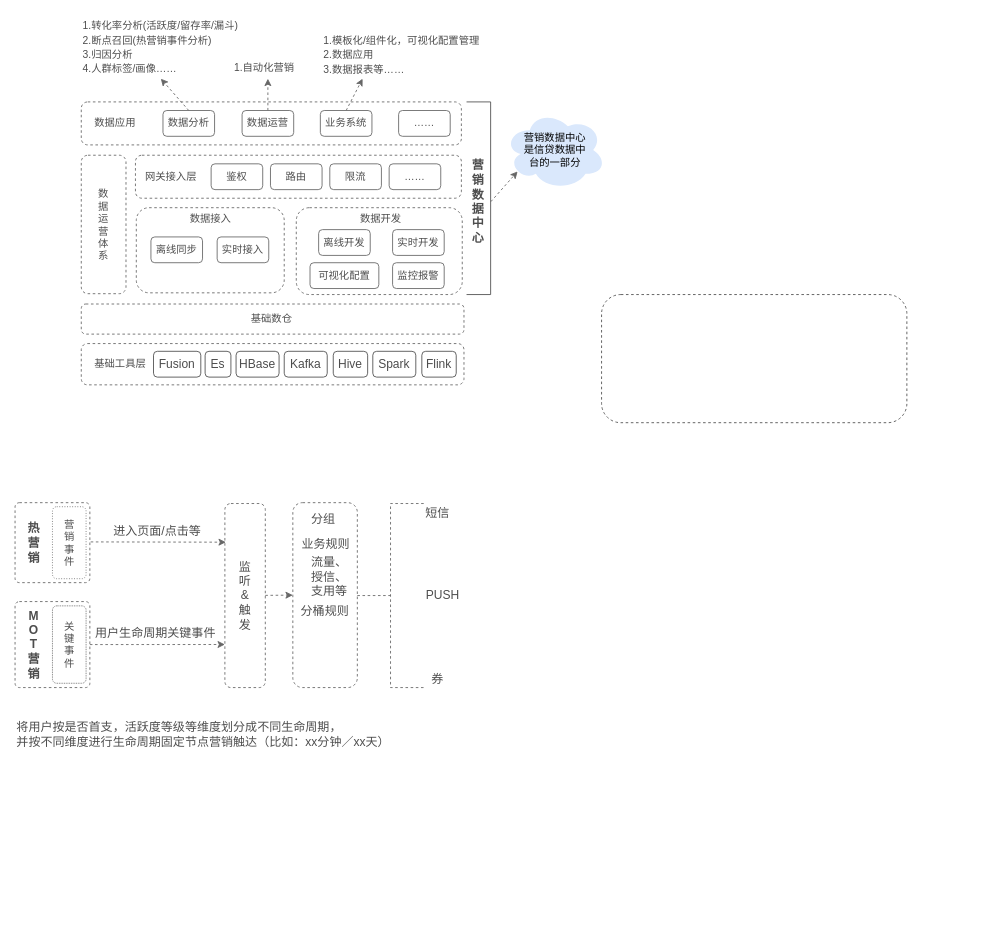
githubzhouwen/hello-world keeps this draw.io diagram as page "营销数据中心" (6 of 6) of new.drawio. Above is the earlier version. Source tidied: cells renumbered, new cells numbered last; positions are measured from the earlier drawing's top-left corner, leaving out a move shared by most shapes. Both pictures are drawn from the tidied source at 86%, with x=0, y=0 at pixel (15, 15).
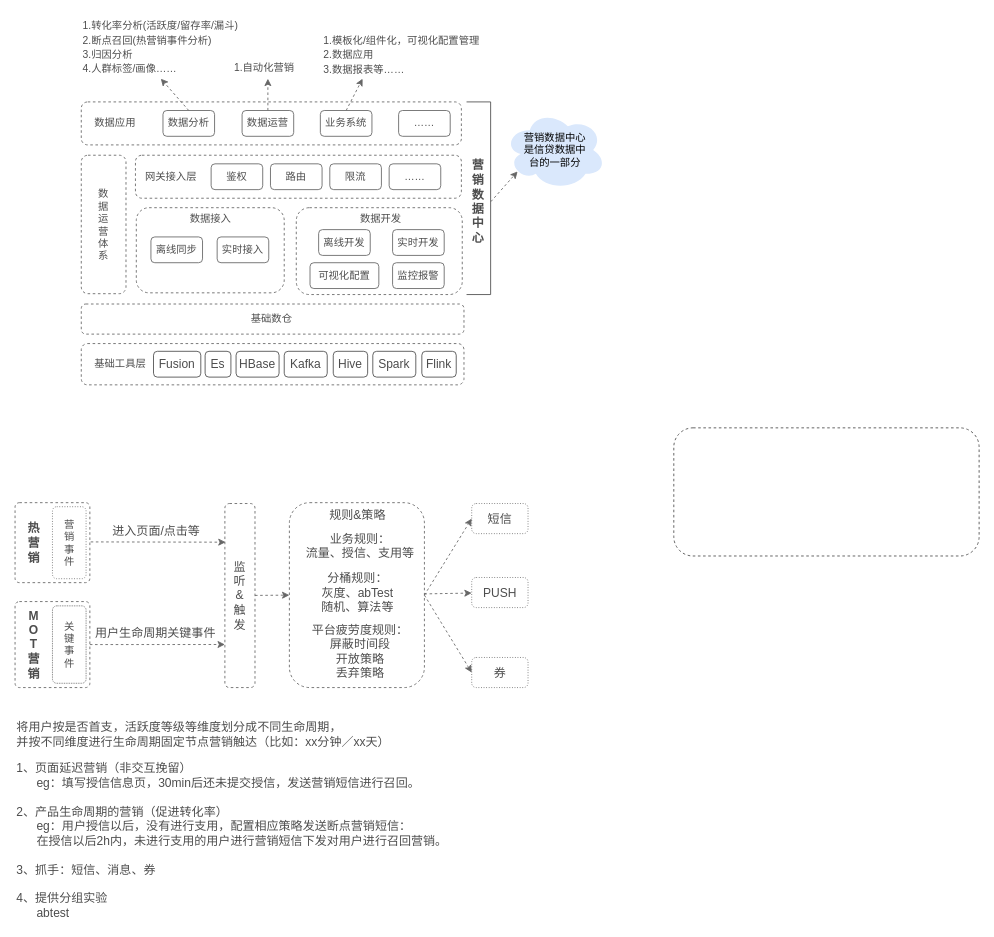
Above is the later version.

The change refers to these unchanged cells:
```xml
<mxCell id="62" style="rounded=1;absoluteArcSize=1;html=1;arcSize=10;shadow=0;dashed=1;sketch=0;fontSize=14;strokeColor=#666666;strokeWidth=1;fillColor=none;align=left;fontColor=#4D4D4D;" parent="1" vertex="1">
  <mxGeometry y="567" width="87" height="93" as="geometry" />
</mxCell>
<mxCell id="65" style="rounded=1;absoluteArcSize=1;html=1;arcSize=10;shadow=0;dashed=1;sketch=0;fontSize=14;strokeColor=#666666;strokeWidth=1;fillColor=none;align=left;fontColor=#4D4D4D;" parent="1" vertex="1">
  <mxGeometry y="682" width="87" height="100" as="geometry" />
</mxCell>
```

Change to the diagram source:
```diff
@@
     <mxCell id="43" style="whiteSpace=wrap;html=1;rounded=1;fontSize=14;fontColor=#4D4D4D;strokeColor=#4D4D4D;strokeWidth=1;align=center;dashed=1;" parent="1" vertex="1">
-      <mxGeometry x="682" y="325" width="355" height="149" as="geometry" />
+      <mxGeometry x="766" y="480" width="355" height="149" as="geometry" />
     </mxCell>
@@
-    <mxCell id="47" style="edgeStyle=none;rounded=0;jettySize=auto;html=1;dashed=1;fontSize=14;strokeColor=#666666;fontColor=#4D4D4D;exitX=1.137;exitY=0.489;exitDx=0;exitDy=0;exitPerimeter=0;entryX=0.024;entryY=0.21;entryDx=0;entryDy=0;entryPerimeter=0;" parent="1" edge="1" source="64" target="52">
+    <mxCell id="47" style="edgeStyle=none;rounded=0;jettySize=auto;html=1;dashed=1;fontSize=14;strokeColor=#666666;exitX=1.137;exitY=0.489;exitDx=0;exitDy=0;exitPerimeter=0;entryX=0.024;entryY=0.21;entryDx=0;entryDy=0;entryPerimeter=0;fontColor=#4D4D4D;" parent="1" edge="1" source="64" target="52">
       <mxGeometry relative="1" as="geometry" />
     </mxCell>
@@
-    <mxCell id="49" style="edgeStyle=none;rounded=0;jettySize=auto;html=1;dashed=1;fontSize=14;fontColor=#4D4D4D;strokeColor=#666666;exitX=1;exitY=0.5;exitDx=0;exitDy=0;entryX=0;entryY=0.766;entryDx=0;entryDy=0;entryPerimeter=0;" parent="1" edge="1" source="65" target="52">
+    <mxCell id="49" style="edgeStyle=none;rounded=0;jettySize=auto;html=1;dashed=1;fontSize=14;strokeColor=#666666;exitX=1;exitY=0.5;exitDx=0;exitDy=0;entryX=0;entryY=0.766;entryDx=0;entryDy=0;entryPerimeter=0;fontColor=#4D4D4D;" parent="1" edge="1" source="65" target="52">
       <mxGeometry relative="1" as="geometry" />
     </mxCell>
@@
-    <mxCell id="51" style="edgeStyle=none;rounded=0;jettySize=auto;html=1;dashed=1;fontSize=14;fontColor=#4D4D4D;strokeColor=#666666;entryX=0;entryY=0.5;entryDx=0;entryDy=0;" parent="1" edge="1" source="52" target="58">
+    <mxCell id="51" style="edgeStyle=none;rounded=0;jettySize=auto;html=1;dashed=1;fontSize=14;strokeColor=#666666;entryX=0;entryY=0.5;entryDx=0;entryDy=0;fontColor=#4D4D4D;" parent="1" edge="1" source="52" target="58">
       <mxGeometry relative="1" as="geometry" />
     </mxCell>
-    <mxCell id="52" value="监&lt;br&gt;听&lt;br&gt;&amp;amp;&lt;br&gt;触&lt;br&gt;发" style="whiteSpace=wrap;html=1;rounded=1;dashed=1;fontSize=14;align=center;strokeWidth=1;fillColor=none;fontColor=#4D4D4D;strokeColor=#666666;" parent="1" vertex="1">
-      <mxGeometry x="244" y="568" width="47" height="214" as="geometry" />
+    <mxCell id="52" value="监&lt;br&gt;听&lt;br&gt;&amp;amp;&lt;br&gt;触&lt;br&gt;发" style="whiteSpace=wrap;html=1;rounded=1;dashed=1;fontSize=14;align=center;strokeWidth=1;fillColor=none;strokeColor=#666666;fontColor=#4D4D4D;" parent="1" vertex="1">
+      <mxGeometry x="244" y="568" width="35" height="214" as="geometry" />
     </mxCell>
-    <mxCell id="53" style="strokeWidth=1;html=1;shape=mxgraph.flowchart.annotation_2;align=left;labelPosition=right;rounded=1;shadow=0;sketch=0;fontSize=14;fillColor=none;dashed=1;fontColor=#4D4D4D;strokeColor=#666666;" parent="1" vertex="1">
-      <mxGeometry x="398" y="568" width="77.2" height="214" as="geometry" />
-    </mxCell>
-    <mxCell id="54" value="短信" style="text;html=1;align=center;verticalAlign=middle;points=[];strokeColor=none;fontSize=14;fontColor=#4D4D4D;" parent="1" vertex="1">
-      <mxGeometry x="472" y="568" width="38" height="21" as="geometry" />
-    </mxCell>
-    <mxCell id="55" value="PUSH" style="text;html=1;align=center;verticalAlign=middle;points=[];strokeColor=none;fontSize=14;fontColor=#4D4D4D;" parent="1" vertex="1">
-      <mxGeometry x="472" y="664" width="49" height="21" as="geometry" />
-    </mxCell>
-    <mxCell id="56" value="券" style="text;html=1;align=center;verticalAlign=middle;points=[];strokeColor=none;fontSize=14;fontColor=#4D4D4D;" parent="1" vertex="1">
-      <mxGeometry x="479" y="761" width="24" height="21" as="geometry" />
-    </mxCell>
@@
+    <mxCell id="69" style="edgeStyle=none;rounded=0;jettySize=auto;html=1;dashed=1;fontSize=14;strokeColor=#666666;entryX=0;entryY=0.5;entryDx=0;entryDy=0;exitX=1;exitY=0.5;exitDx=0;exitDy=0;fontColor=#4D4D4D;" parent="1" edge="1" source="58" target="54">
+      <mxGeometry relative="1" as="geometry" />
+    </mxCell>
+    <mxCell id="70" style="edgeStyle=none;rounded=0;jettySize=auto;html=1;dashed=1;fontSize=14;strokeColor=#666666;fontColor=#4D4D4D;" parent="1" edge="1" source="58" target="55">
+      <mxGeometry relative="1" as="geometry" />
+    </mxCell>
-    <mxCell id="58" style="whiteSpace=wrap;html=1;rounded=1;shadow=0;dashed=1;sketch=0;fontSize=14;fontColor=#4D4D4D;strokeColor=#666666;strokeWidth=1;fillColor=none;align=left;" parent="1" vertex="1">
-      <mxGeometry x="323" y="567" width="75" height="215" as="geometry" />
+    <mxCell id="58" style="whiteSpace=wrap;html=1;rounded=1;shadow=0;dashed=1;sketch=0;fontSize=14;strokeColor=#666666;strokeWidth=1;fillColor=none;align=left;fontColor=#4D4D4D;" parent="1" vertex="1">
+      <mxGeometry x="319" y="567" width="157" height="215" as="geometry" />
     </mxCell>
-    <mxCell id="59" value="分组" style="text;html=1;align=center;verticalAlign=middle;strokeColor=none;fontSize=14;fontColor=#4D4D4D;" parent="1" vertex="1">
-      <mxGeometry x="339" y="575" width="38" height="21" as="geometry" />
+    <mxCell id="59" value="规则&amp;amp;策略" style="text;html=1;align=center;verticalAlign=middle;strokeColor=none;fontSize=14;fontColor=#4D4D4D;" parent="1" vertex="1">
+      <mxGeometry x="360.5" y="571" width="75" height="21" as="geometry" />
     </mxCell>
-    <mxCell id="60" value="业务规则" style="text;html=1;align=center;verticalAlign=middle;strokeColor=none;fontSize=14;fontColor=#4D4D4D;" parent="1" vertex="1">
-      <mxGeometry x="327.5" y="604" width="66" height="21" as="geometry" />
+    <mxCell id="60" value="业务规则：&lt;br&gt;流量、授信、支用等" style="text;html=1;align=center;verticalAlign=middle;strokeColor=none;fontSize=14;fontColor=#4D4D4D;" parent="1" vertex="1">
+      <mxGeometry x="333" y="598" width="136" height="38" as="geometry" />
     </mxCell>
-    <mxCell id="61" value="分桶规则" style="text;html=1;align=center;verticalAlign=middle;strokeColor=none;fontSize=14;fontColor=#4D4D4D;" parent="1" vertex="1">
-      <mxGeometry x="327" y="682" width="66" height="21" as="geometry" />
+    <mxCell id="61" value="分桶规则：&lt;br&gt;灰度、abTest&lt;br&gt;随机、算法等" style="text;html=1;align=center;verticalAlign=middle;strokeColor=none;fontSize=14;fontColor=#4D4D4D;" parent="1" vertex="1">
+      <mxGeometry x="350.5" y="644" width="94" height="55" as="geometry" />
     </mxCell>
@@
-    <mxCell id="64" value="营&lt;br&gt;销&lt;br&gt;事&lt;br&gt;件" style="rounded=1;absoluteArcSize=1;html=1;arcSize=10;whiteSpace=wrap;points=[];strokeColor=inherit;fillColor=inherit;fontColor=#4D4D4D;dashed=1;dashPattern=1 2;" parent="62" vertex="1">
+    <mxCell id="64" value="营&lt;br&gt;销&lt;br&gt;事&lt;br&gt;件" style="rounded=1;absoluteArcSize=1;html=1;arcSize=10;whiteSpace=wrap;points=[];strokeColor=inherit;fillColor=inherit;dashed=1;dashPattern=1 2;fontColor=#4D4D4D;" parent="62" vertex="1">
       <mxGeometry x="43.5" y="4.7" width="39.1" height="83.7" as="geometry" />
     </mxCell>
@@
-    <mxCell id="67" value="关&lt;br&gt;键&lt;br&gt;事&lt;br&gt;件" style="rounded=1;absoluteArcSize=1;html=1;arcSize=10;whiteSpace=wrap;strokeColor=inherit;fillColor=inherit;fontColor=#4D4D4D;dashed=1;dashPattern=1 1;" parent="65" vertex="1">
+    <mxCell id="67" value="关&lt;br&gt;键&lt;br&gt;事&lt;br&gt;件" style="rounded=1;absoluteArcSize=1;html=1;arcSize=10;whiteSpace=wrap;strokeColor=inherit;fillColor=inherit;dashed=1;dashPattern=1 1;fontColor=#4D4D4D;" parent="65" vertex="1">
       <mxGeometry x="43.5" y="5" width="39.1" height="90" as="geometry" />
     </mxCell>
-    <mxCell id="68" value="流量、&lt;br&gt;授信、&lt;br&gt;支用等" style="text;html=1;align=center;verticalAlign=middle;strokeColor=none;fontSize=14;fontColor=#4D4D4D;" parent="1" vertex="1">
-      <mxGeometry x="339" y="625" width="52" height="55" as="geometry" />
-    </mxCell>
+    <mxCell id="71" style="edgeStyle=none;rounded=0;jettySize=auto;html=1;dashed=1;fontSize=14;strokeColor=#666666;entryX=0;entryY=0.5;entryDx=0;entryDy=0;exitX=1;exitY=0.5;exitDx=0;exitDy=0;fontColor=#4D4D4D;" parent="1" edge="1" source="58" target="56">
+      <mxGeometry relative="1" as="geometry" />
+    </mxCell>
+    <mxCell id="72" value="&lt;span&gt;1、页面延迟营销（非交互挽留）&lt;/span&gt;&lt;br style=&quot;padding: 0px ; margin: 0px&quot;&gt;&lt;span&gt;&amp;nbsp; &amp;nbsp; &amp;nbsp; eg：填写授信信息页，30min后还未提交授信，发送营销短信进行召回。&lt;br&gt;&lt;/span&gt;&lt;br style=&quot;padding: 0px ; margin: 0px&quot;&gt;&lt;span&gt;2、产品生命周期的营销（促进转化率）&lt;/span&gt;&lt;br style=&quot;padding: 0px ; margin: 0px&quot;&gt;&lt;span&gt;&amp;nbsp; &amp;nbsp; &amp;nbsp; eg：用户授信以后，没有进行支用，配置相应策略发送断点营销短信：&lt;br&gt;&amp;nbsp; &amp;nbsp; &amp;nbsp; 在授信以后2h内，未进行支用的用户进行营销短信下发对用户进行召回营销。&lt;/span&gt;&lt;br style=&quot;padding: 0px ; margin: 0px&quot;&gt;&lt;br style=&quot;padding: 0px ; margin: 0px&quot;&gt;&lt;span&gt;3、抓手：短信、消息、券&lt;/span&gt;&lt;br style=&quot;padding: 0px ; margin: 0px&quot;&gt;&lt;br style=&quot;padding: 0px ; margin: 0px&quot;&gt;&lt;span&gt;4、提供分组实验&lt;/span&gt;&lt;br style=&quot;padding: 0px ; margin: 0px&quot;&gt;&lt;span&gt;&amp;nbsp; &amp;nbsp; &amp;nbsp; abtest&lt;/span&gt;" style="text;html=1;align=left;verticalAlign=middle;strokeColor=none;fontSize=14;fontColor=#4D4D4D;" parent="1" vertex="1">
+      <mxGeometry y="864" width="511" height="191" as="geometry" />
+    </mxCell>
+    <mxCell id="54" value="&lt;span style=&quot;&quot;&gt;短信&lt;/span&gt;" style="whiteSpace=wrap;html=1;rounded=1;shadow=0;dashed=1;dashPattern=1 2;sketch=0;fontSize=14;strokeColor=#666666;strokeWidth=1;fillColor=none;align=center;fontColor=#4D4D4D;" parent="1" vertex="1">
+      <mxGeometry x="531" y="568" width="65.5" height="35" as="geometry" />
+    </mxCell>
+    <mxCell id="55" value="&lt;span&gt;PUSH&lt;/span&gt;" style="whiteSpace=wrap;html=1;rounded=1;shadow=0;dashed=1;dashPattern=1 2;sketch=0;fontSize=14;strokeColor=#666666;strokeWidth=1;fillColor=none;align=center;fontColor=#4D4D4D;" parent="1" vertex="1">
+      <mxGeometry x="531" y="654" width="65.5" height="35" as="geometry" />
+    </mxCell>
+    <mxCell id="56" value="&lt;span&gt;券&lt;/span&gt;" style="whiteSpace=wrap;html=1;rounded=1;shadow=0;dashed=1;dashPattern=1 2;sketch=0;fontSize=14;strokeColor=#666666;strokeWidth=1;fillColor=none;align=center;fontColor=#4D4D4D;" parent="1" vertex="1">
+      <mxGeometry x="531" y="747" width="65.5" height="35" as="geometry" />
+    </mxCell>
+    <mxCell id="73" value="平台疲劳度规则：&lt;br&gt;&lt;span style=&quot;font-family: &amp;quot;arial&amp;quot; , sans-serif ; text-align: left ; background-color: rgb(255 , 255 , 255)&quot;&gt;屏蔽时间段&lt;br&gt;&lt;/span&gt;&lt;span style=&quot;font-family: &amp;quot;arial&amp;quot; , sans-serif ; text-align: left ; background-color: rgb(255 , 255 , 255)&quot;&gt;开放策略&lt;br&gt;&lt;/span&gt;&lt;span style=&quot;font-family: &amp;quot;arial&amp;quot; , sans-serif ; text-align: left ; background-color: rgb(255 , 255 , 255)&quot;&gt;丢弃策略&lt;br&gt;&lt;/span&gt;" style="text;html=1;align=center;verticalAlign=middle;strokeColor=none;fontSize=14;fontColor=#4D4D4D;" parent="1" vertex="1">
+      <mxGeometry x="340" y="704" width="122" height="72" as="geometry" />
+    </mxCell>
```
